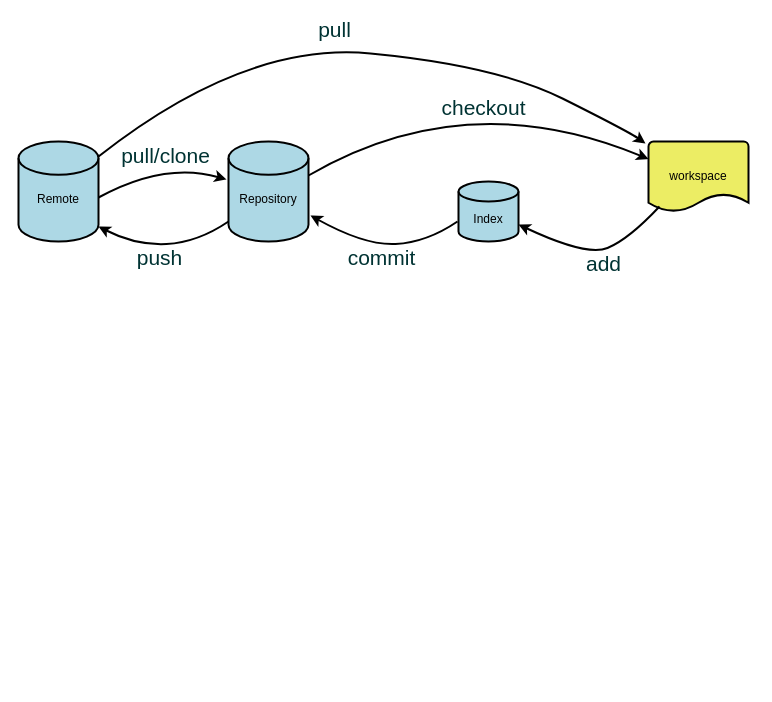
This is Untitled Diagram.drawio from zisiahf/vue2, a draw.io file, before an edit. Source tidied: cells renumbered, new cells numbered last; positions are measured from the earlier drawing's top-left corner, leaving out a move shared by most shapes. Both pictures are drawn from the tidied source at 100%, with x=0, y=0 at pixel (18, 41).
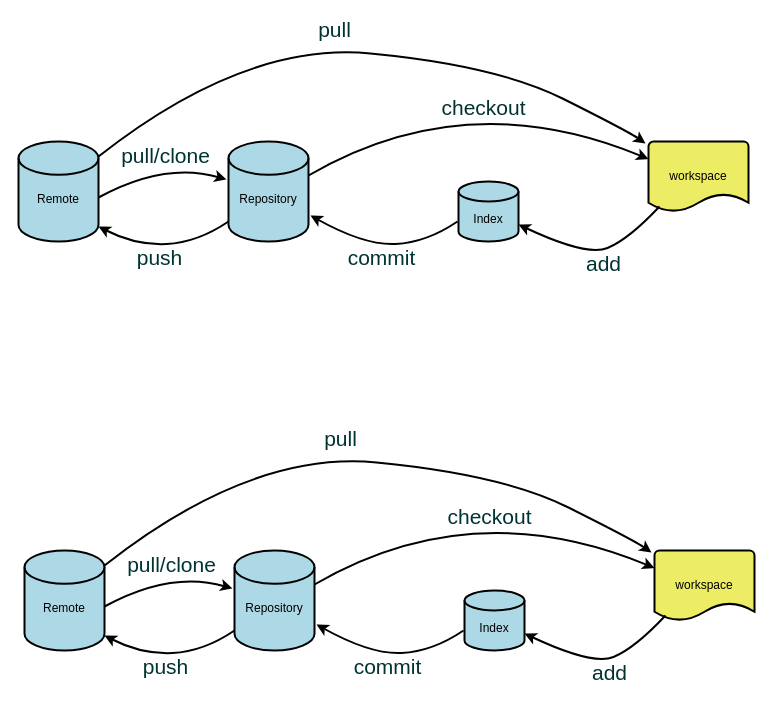
The same diagram, later.

What changed in the source:
```diff
@@
+    <mxCell id="18" value="&lt;br&gt;Index" style="strokeWidth=2;html=1;shape=mxgraph.flowchart.database;whiteSpace=wrap;fillColor=#add8e5;" parent="1" vertex="1">
+      <mxGeometry x="446" y="549" width="60" height="60" as="geometry" />
+    </mxCell>
+    <mxCell id="19" value="workspace" style="strokeWidth=2;html=1;shape=mxgraph.flowchart.document2;whiteSpace=wrap;size=0.25;fillColor=#eced64;" parent="1" vertex="1">
+      <mxGeometry x="636" y="509" width="100" height="70" as="geometry" />
+    </mxCell>
+    <mxCell id="20" style="endArrow=classic;html=1;exitX=1;exitY=0.15;exitDx=0;exitDy=0;exitPerimeter=0;entryX=-0.03;entryY=0.029;entryDx=0;entryDy=0;entryPerimeter=0;curved=1;strokeWidth=2;" parent="1" edge="1" source="27" target="19">
+      <mxGeometry relative="1" as="geometry">
+        <Array as="points">
+          <mxPoint x="232" y="409" />
+          <mxPoint x="484" y="433" />
+          <mxPoint x="616" y="499" />
+        </Array>
+      </mxGeometry>
+    </mxCell>
+    <mxCell id="21" value="&lt;font color=&quot;#003333&quot; style=&quot;font-size: 21px;&quot;&gt;pull&lt;/font&gt;" style="edgeLabel;html=1;align=center;verticalAlign=middle;" parent="20" vertex="1">
+      <mxGeometry x="-0.09" y="-3" relative="1" as="geometry">
+        <mxPoint y="-24" as="offset" />
+      </mxGeometry>
+    </mxCell>
+    <mxCell id="22" value="&lt;font color=&quot;#003333&quot; style=&quot;font-size: 21px;&quot;&gt;pull/clone&lt;/font&gt;" style="edgeLabel;html=1;align=center;verticalAlign=middle;" parent="20" vertex="1">
+      <mxGeometry x="-0.09" y="-3" relative="1" as="geometry">
+        <mxPoint x="-169" y="102" as="offset" />
+      </mxGeometry>
+    </mxCell>
+    <mxCell id="23" value="&lt;font color=&quot;#003333&quot; style=&quot;font-size: 21px;&quot;&gt;checkout&lt;/font&gt;" style="edgeLabel;html=1;align=center;verticalAlign=middle;" parent="20" vertex="1">
+      <mxGeometry x="-0.09" y="-3" relative="1" as="geometry">
+        <mxPoint x="149" y="54" as="offset" />
+      </mxGeometry>
+    </mxCell>
+    <mxCell id="24" value="&lt;font color=&quot;#003333&quot; style=&quot;font-size: 21px;&quot;&gt;add&lt;/font&gt;" style="edgeLabel;html=1;align=center;verticalAlign=middle;" parent="20" vertex="1">
+      <mxGeometry x="-0.09" y="-3" relative="1" as="geometry">
+        <mxPoint x="269" y="210" as="offset" />
+      </mxGeometry>
+    </mxCell>
+    <mxCell id="25" value="&lt;font color=&quot;#003333&quot; style=&quot;font-size: 21px;&quot;&gt;commit&lt;/font&gt;" style="edgeLabel;html=1;align=center;verticalAlign=middle;" parent="20" vertex="1">
+      <mxGeometry x="-0.09" y="-3" relative="1" as="geometry">
+        <mxPoint x="47" y="204" as="offset" />
+      </mxGeometry>
+    </mxCell>
+    <mxCell id="26" value="&lt;font color=&quot;#003333&quot; style=&quot;font-size: 21px;&quot;&gt;push&lt;/font&gt;" style="edgeLabel;html=1;align=center;verticalAlign=middle;" parent="20" vertex="1">
+      <mxGeometry x="-0.09" y="-3" relative="1" as="geometry">
+        <mxPoint x="-175" y="204" as="offset" />
+      </mxGeometry>
+    </mxCell>
+    <mxCell id="27" value="&lt;br&gt;Remote" style="strokeWidth=2;html=1;shape=mxgraph.flowchart.database;whiteSpace=wrap;fillColor=#add8e5;" parent="1" vertex="1">
+      <mxGeometry x="6" y="509" width="80" height="100" as="geometry" />
+    </mxCell>
+    <mxCell id="28" value="&lt;br&gt;Repository" style="strokeWidth=2;html=1;shape=mxgraph.flowchart.database;whiteSpace=wrap;fillColor=#add8e5;" parent="1" vertex="1">
+      <mxGeometry x="216" y="509" width="80" height="100" as="geometry" />
+    </mxCell>
+    <mxCell id="29" style="endArrow=classic;html=1;startSize=10;curved=1;strokeWidth=2;" parent="1" edge="1">
+      <mxGeometry relative="1" as="geometry">
+        <mxPoint x="86" y="565" as="sourcePoint" />
+        <mxPoint x="214" y="547" as="targetPoint" />
+        <Array as="points">
+          <mxPoint x="152" y="529" />
+        </Array>
+      </mxGeometry>
+    </mxCell>
+    <mxCell id="30" style="endArrow=classic;html=1;entryX=0;entryY=0.25;entryDx=0;entryDy=0;entryPerimeter=0;curved=1;strokeWidth=2;" parent="1" edge="1" target="19">
+      <mxGeometry relative="1" as="geometry">
+        <mxPoint x="296" y="543" as="sourcePoint" />
+        <Array as="points">
+          <mxPoint x="454" y="451" />
+        </Array>
+      </mxGeometry>
+    </mxCell>
+    <mxCell id="31" style="endArrow=classic;html=1;curved=1;strokeWidth=2;exitX=0.11;exitY=0.929;exitDx=0;exitDy=0;exitPerimeter=0;" parent="1" edge="1" source="19">
+      <mxGeometry relative="1" as="geometry">
+        <mxPoint x="506" y="592" as="targetPoint" />
+        <Array as="points">
+          <mxPoint x="616" y="607" />
+          <mxPoint x="574" y="624" />
+        </Array>
+      </mxGeometry>
+    </mxCell>
+    <mxCell id="32" style="endArrow=classic;html=1;curved=1;strokeWidth=2;" parent="1" edge="1">
+      <mxGeometry relative="1" as="geometry">
+        <mxPoint x="445" y="589" as="sourcePoint" />
+        <mxPoint x="298" y="583" as="targetPoint" />
+        <Array as="points">
+          <mxPoint x="414" y="610" />
+          <mxPoint x="352" y="613" />
+        </Array>
+      </mxGeometry>
+    </mxCell>
+    <mxCell id="33" style="endArrow=classic;html=1;curved=1;strokeWidth=2;entryX=1;entryY=0.85;entryDx=0;entryDy=0;entryPerimeter=0;" parent="1" edge="1" target="27">
+      <mxGeometry relative="1" as="geometry">
+        <mxPoint x="216" y="589" as="sourcePoint" />
+        <Array as="points">
+          <mxPoint x="185" y="610" />
+          <mxPoint x="123" y="613" />
+        </Array>
+      </mxGeometry>
+    </mxCell>
```
